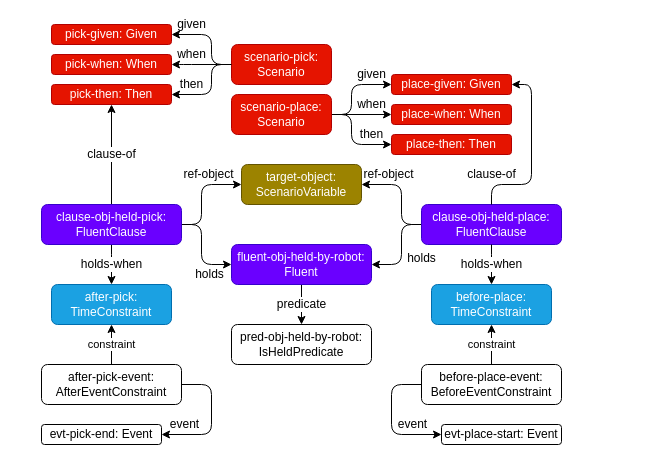
The draw.io diagram page "template with 2 isHeld" (4 of 8) of bdd-example-pickplace.drawio in minhnh/drawio-diagrams, before the edit. Source tidied: cells renumbered, new cells numbered last; positions are measured from the earlier drawing's top-left corner, leaving out a move shared by most shapes. Both pictures are drawn from the tidied source at 100%, with x=0, y=0 at pixel (41, 24).
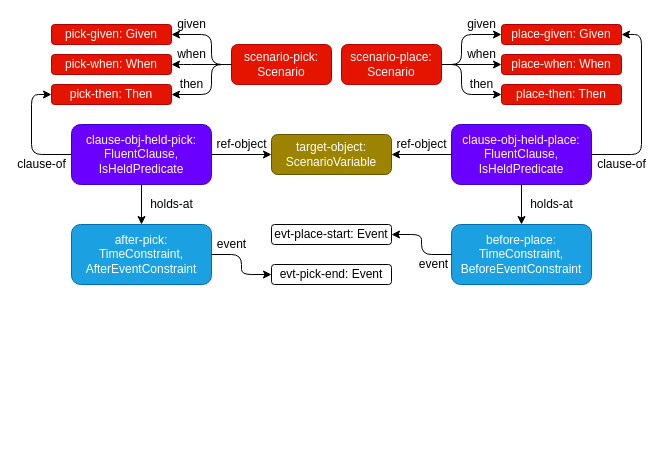
Above is the later version.

Commit message (it also covers changes not shown here):
update bdd pickplace & overall diagrams

The change refers to these unchanged cells:
```xml
<mxCell id="14" value="pick-then: Then" style="rounded=1;whiteSpace=wrap;html=1;fillColor=#e51400;strokeColor=#B20000;fontSize=12;labelBackgroundColor=none;fontColor=#ffffff;" parent="1" vertex="1">
  <mxGeometry x="10" y="60" width="120" height="20" as="geometry" />
</mxCell>
```

Change to the diagram source:
```diff
@@
-    <mxCell id="2" value="predicate" style="edgeStyle=orthogonalEdgeStyle;shape=connector;rounded=1;jettySize=auto;html=1;labelBackgroundColor=default;strokeColor=default;align=center;verticalAlign=middle;fontFamily=Helvetica;fontSize=12;fontColor=default;endArrow=classic;" parent="1" edge="1" source="3" target="4">
-      <mxGeometry relative="1" as="geometry" />
-    </mxCell>
-    <mxCell id="3" value="fluent-obj-held-by-robot:&lt;br style=&quot;font-size: 12px;&quot;&gt;Fluent" style="rounded=1;whiteSpace=wrap;html=1;fillColor=#6a00ff;strokeColor=#3700CC;fontSize=12;labelBackgroundColor=none;fontColor=#ffffff;" parent="1" vertex="1">
-      <mxGeometry x="190" y="220" width="140" height="40" as="geometry" />
-    </mxCell>
-    <mxCell id="4" value="pred-obj-held-by-robot: IsHeldPredicate" style="rounded=1;whiteSpace=wrap;html=1;fontSize=12;labelBackgroundColor=none;" parent="1" vertex="1">
-      <mxGeometry x="190" y="300" width="140" height="40" as="geometry" />
-    </mxCell>
-    <mxCell id="5" value="holds" style="edgeStyle=orthogonalEdgeStyle;shape=connector;rounded=1;jettySize=auto;html=1;labelBackgroundColor=none;strokeColor=default;align=center;verticalAlign=middle;fontFamily=Helvetica;fontSize=12;fontColor=default;endArrow=classic;" parent="1" edge="1" source="9" target="3">
-      <mxGeometry x="0.5" y="-10" relative="1" as="geometry">
-        <Array as="points">
-          <mxPoint x="160" y="200" />
-          <mxPoint x="160" y="240" />
-        </Array>
-      </mxGeometry>
-    </mxCell>
-    <mxCell id="6" value="holds-when" style="edgeStyle=orthogonalEdgeStyle;shape=connector;rounded=1;jettySize=auto;html=1;labelBackgroundColor=default;strokeColor=default;align=center;verticalAlign=middle;fontFamily=Helvetica;fontSize=12;fontColor=default;endArrow=classic;" parent="1" edge="1" source="9" target="10">
-      <mxGeometry relative="1" as="geometry">
+    <mxCell id="6" value="holds-at" style="edgeStyle=orthogonalEdgeStyle;shape=connector;rounded=1;jettySize=auto;html=1;labelBackgroundColor=default;strokeColor=default;align=center;verticalAlign=middle;fontFamily=Helvetica;fontSize=12;fontColor=default;endArrow=classic;" parent="1" edge="1" source="9" target="10">
+      <mxGeometry y="30" relative="1" as="geometry">
         <Array as="points">
           <mxPoint x="70" y="240" />
           <mxPoint x="70" y="240" />
         </Array>
       </mxGeometry>
     </mxCell>
     <mxCell id="7" value="clause-of" style="edgeStyle=orthogonalEdgeStyle;shape=connector;rounded=1;jettySize=auto;html=1;labelBackgroundColor=default;strokeColor=default;align=center;verticalAlign=middle;fontFamily=Helvetica;fontSize=12;fontColor=default;endArrow=classic;" parent="1" edge="1" source="9" target="14">
-      <mxGeometry relative="1" as="geometry" />
+      <mxGeometry x="-0.5" y="10" relative="1" as="geometry">
+        <Array as="points">
+          <mxPoint x="-10" y="130" />
+          <mxPoint x="-10" y="70" />
+        </Array>
+      </mxGeometry>
     </mxCell>
     <mxCell id="8" value="ref-object" style="edgeStyle=orthogonalEdgeStyle;shape=connector;rounded=1;jettySize=auto;html=1;labelBackgroundColor=none;strokeColor=default;align=center;verticalAlign=middle;fontFamily=Helvetica;fontSize=12;fontColor=default;endArrow=classic;" parent="1" edge="1" source="9" target="29">
-      <mxGeometry x="0.33" y="10" relative="1" as="geometry">
-        <Array as="points">
-          <mxPoint x="160" y="200" />
-          <mxPoint x="160" y="160" />
-        </Array>
-      </mxGeometry>
+      <mxGeometry y="10" relative="1" as="geometry" />
     </mxCell>
-    <mxCell id="9" value="clause-obj-held-pick: FluentClause" style="rounded=1;whiteSpace=wrap;html=1;fillColor=#6a00ff;strokeColor=#3700CC;fontSize=12;labelBackgroundColor=none;fontColor=#ffffff;" parent="1" vertex="1">
-      <mxGeometry y="180" width="140" height="40" as="geometry" />
+    <mxCell id="9" value="clause-obj-held-pick: FluentClause,&lt;br&gt;IsHeldPredicate" style="rounded=1;whiteSpace=wrap;html=1;fillColor=#6a00ff;strokeColor=#3700CC;fontSize=12;labelBackgroundColor=none;fontColor=#ffffff;" parent="1" vertex="1">
+      <mxGeometry x="30" y="100" width="140" height="60" as="geometry" />
     </mxCell>
-    <mxCell id="10" value="after-pick: TimeConstraint" style="rounded=1;whiteSpace=wrap;html=1;fillColor=#1ba1e2;strokeColor=#006EAF;fontSize=12;labelBackgroundColor=none;fontColor=#ffffff;" parent="1" vertex="1">
-      <mxGeometry x="10" y="260" width="120" height="40" as="geometry" />
+    <mxCell id="10" value="after-pick: TimeConstraint,&lt;br&gt;AfterEventConstraint" style="rounded=1;whiteSpace=wrap;html=1;fillColor=#1ba1e2;strokeColor=#006EAF;fontSize=12;labelBackgroundColor=none;fontColor=#ffffff;" parent="1" vertex="1">
+      <mxGeometry x="30" y="200" width="140" height="60" as="geometry" />
     </mxCell>
@@
-    <mxCell id="15" value="holds" style="edgeStyle=orthogonalEdgeStyle;shape=connector;rounded=1;jettySize=auto;html=1;labelBackgroundColor=none;strokeColor=default;align=center;verticalAlign=middle;fontFamily=Helvetica;fontSize=12;fontColor=default;endArrow=classic;" parent="1" edge="1" source="17" target="3">
-      <mxGeometry x="0.2" y="20" relative="1" as="geometry">
-        <Array as="points">
-          <mxPoint x="360" y="200" />
-          <mxPoint x="360" y="240" />
-        </Array>
-      </mxGeometry>
-    </mxCell>
     <mxCell id="16" value="ref-object" style="edgeStyle=orthogonalEdgeStyle;shape=connector;rounded=1;jettySize=auto;html=1;labelBackgroundColor=none;strokeColor=default;align=center;verticalAlign=middle;fontFamily=Helvetica;fontSize=12;fontColor=default;endArrow=classic;" parent="1" edge="1" source="17" target="29">
-      <mxGeometry x="0.45" y="-10" relative="1" as="geometry">
-        <Array as="points">
-          <mxPoint x="360" y="200" />
-          <mxPoint x="360" y="160" />
-        </Array>
-      </mxGeometry>
+      <mxGeometry y="-10" relative="1" as="geometry" />
     </mxCell>
-    <mxCell id="17" value="clause-obj-held-place: FluentClause" style="rounded=1;whiteSpace=wrap;html=1;fillColor=#6a00ff;strokeColor=#3700CC;fontSize=12;labelBackgroundColor=none;fontColor=#ffffff;" parent="1" vertex="1">
-      <mxGeometry x="380" y="180" width="140" height="40" as="geometry" />
+    <mxCell id="17" value="clause-obj-held-place: FluentClause,&lt;br&gt;IsHeldPredicate" style="rounded=1;whiteSpace=wrap;html=1;fillColor=#6a00ff;strokeColor=#3700CC;fontSize=12;labelBackgroundColor=none;fontColor=#ffffff;" parent="1" vertex="1">
+      <mxGeometry x="410" y="100" width="140" height="60" as="geometry" />
     </mxCell>
-    <mxCell id="18" value="before-place: TimeConstraint" style="rounded=1;whiteSpace=wrap;html=1;fillColor=#1ba1e2;strokeColor=#006EAF;fontSize=12;labelBackgroundColor=none;fontColor=#ffffff;" parent="1" vertex="1">
-      <mxGeometry x="390" y="260" width="120" height="40" as="geometry" />
+    <mxCell id="18" value="before-place: TimeConstraint,&lt;br&gt;BeforeEventConstraint" style="rounded=1;whiteSpace=wrap;html=1;fillColor=#1ba1e2;strokeColor=#006EAF;fontSize=12;labelBackgroundColor=none;fontColor=#ffffff;" parent="1" vertex="1">
+      <mxGeometry x="410" y="200" width="140" height="60" as="geometry" />
     </mxCell>
-    <mxCell id="19" value="holds-when" style="edgeStyle=orthogonalEdgeStyle;shape=connector;rounded=1;jettySize=auto;html=1;labelBackgroundColor=default;strokeColor=default;align=center;verticalAlign=middle;fontFamily=Helvetica;fontSize=12;fontColor=default;endArrow=classic;" parent="1" edge="1" source="17" target="18">
-      <mxGeometry relative="1" as="geometry">
+    <mxCell id="19" value="holds-at" style="edgeStyle=orthogonalEdgeStyle;shape=connector;rounded=1;jettySize=auto;html=1;labelBackgroundColor=default;strokeColor=default;align=center;verticalAlign=middle;fontFamily=Helvetica;fontSize=12;fontColor=default;endArrow=classic;" parent="1" edge="1" source="17" target="18">
+      <mxGeometry y="30" relative="1" as="geometry">
         <Array as="points">
           <mxPoint x="450" y="240" />
           <mxPoint x="450" y="240" />
         </Array>
       </mxGeometry>
     </mxCell>
     <mxCell id="20" value="given" style="edgeStyle=orthogonalEdgeStyle;shape=connector;rounded=1;jettySize=auto;html=1;labelBackgroundColor=none;strokeColor=default;align=center;verticalAlign=middle;fontFamily=Helvetica;fontSize=12;fontColor=default;endArrow=classic;" parent="1" edge="1" source="23" target="24">
       <mxGeometry x="0.56" y="10" relative="1" as="geometry">
         <Array as="points">
-          <mxPoint x="310" y="90" />
-          <mxPoint x="310" y="60" />
+          <mxPoint x="420" y="40" />
+          <mxPoint x="420" y="10" />
         </Array>
       </mxGeometry>
     </mxCell>
@@
     <mxCell id="22" value="then" style="edgeStyle=orthogonalEdgeStyle;shape=connector;rounded=1;jettySize=auto;html=1;labelBackgroundColor=none;strokeColor=default;align=center;verticalAlign=middle;fontFamily=Helvetica;fontSize=12;fontColor=default;endArrow=classic;" parent="1" edge="1" source="23" target="31">
       <mxGeometry x="0.56" y="10" relative="1" as="geometry">
         <Array as="points">
-          <mxPoint x="310" y="90" />
-          <mxPoint x="310" y="120" />
+          <mxPoint x="420" y="40" />
+          <mxPoint x="420" y="70" />
         </Array>
       </mxGeometry>
     </mxCell>
     <mxCell id="23" value="scenario-place: Scenario" style="rounded=1;whiteSpace=wrap;html=1;fillColor=#e51400;strokeColor=#B20000;fontSize=12;labelBackgroundColor=none;fontColor=#ffffff;" parent="1" vertex="1">
-      <mxGeometry x="190" y="70" width="100" height="40" as="geometry" />
+      <mxGeometry x="300" y="20" width="100" height="40" as="geometry" />
     </mxCell>
     <mxCell id="24" value="place-given: Given" style="rounded=1;whiteSpace=wrap;html=1;fillColor=#e51400;strokeColor=#B20000;fontSize=12;labelBackgroundColor=none;fontColor=#ffffff;" parent="1" vertex="1">
-      <mxGeometry x="350" y="50" width="120" height="20" as="geometry" />
+      <mxGeometry x="460" width="120" height="20" as="geometry" />
     </mxCell>
@@
     <mxCell id="27" value="clause-of" style="edgeStyle=orthogonalEdgeStyle;shape=connector;rounded=1;jettySize=auto;html=1;labelBackgroundColor=none;strokeColor=default;align=center;verticalAlign=middle;fontFamily=Helvetica;fontSize=12;fontColor=default;endArrow=classic;" parent="1" edge="1" source="17" target="24">
-      <mxGeometry x="-0.78" y="10" relative="1" as="geometry">
+      <mxGeometry x="-0.68" y="-10" relative="1" as="geometry">
         <Array as="points">
-          <mxPoint x="450" y="160" />
-          <mxPoint x="490" y="160" />
-          <mxPoint x="490" y="60" />
+          <mxPoint x="600" y="130" />
+          <mxPoint x="600" y="10" />
         </Array>
       </mxGeometry>
     </mxCell>
@@
     <mxCell id="29" value="target-object: ScenarioVariable" style="rounded=1;whiteSpace=wrap;html=1;fillColor=#9C8300;strokeColor=#635300;fontSize=12;labelBackgroundColor=none;fontColor=#ffffff;" parent="1" vertex="1">
-      <mxGeometry x="200" y="140" width="120" height="40" as="geometry" />
+      <mxGeometry x="230" y="110" width="120" height="40" as="geometry" />
     </mxCell>
     <mxCell id="30" value="place-when: When" style="rounded=1;whiteSpace=wrap;html=1;fillColor=#e51400;strokeColor=#B20000;fontSize=12;labelBackgroundColor=none;fontColor=#ffffff;" parent="1" vertex="1">
-      <mxGeometry x="350" y="80" width="120" height="20" as="geometry" />
+      <mxGeometry x="460" y="30" width="120" height="20" as="geometry" />
     </mxCell>
     <mxCell id="31" value="place-then: Then" style="rounded=1;whiteSpace=wrap;html=1;fillColor=#e51400;strokeColor=#B20000;fontSize=12;labelBackgroundColor=none;fontColor=#ffffff;" parent="1" vertex="1">
-      <mxGeometry x="350" y="110" width="120" height="20" as="geometry" />
+      <mxGeometry x="460" y="60" width="120" height="20" as="geometry" />
     </mxCell>
-    <mxCell id="32" value="constraint" style="edgeStyle=orthogonalEdgeStyle;rounded=0;jettySize=auto;html=1;" parent="1" edge="1" source="34" target="10">
-      <mxGeometry relative="1" as="geometry" />
-    </mxCell>
-    <mxCell id="33" value="event" style="edgeStyle=orthogonalEdgeStyle;rounded=1;jettySize=auto;html=1;strokeColor=default;align=center;verticalAlign=middle;fontFamily=Helvetica;fontSize=12;fontColor=default;labelBackgroundColor=none;endArrow=classic;" parent="1" edge="1" source="34" target="38">
-      <mxGeometry x="0.64" y="-10" relative="1" as="geometry">
-        <Array as="points">
-          <mxPoint x="170" y="360" />
-          <mxPoint x="170" y="410" />
-        </Array>
-      </mxGeometry>
+    <mxCell id="33" value="event" style="edgeStyle=orthogonalEdgeStyle;rounded=1;jettySize=auto;html=1;strokeColor=default;align=center;verticalAlign=middle;fontFamily=Helvetica;fontSize=12;fontColor=default;labelBackgroundColor=none;endArrow=classic;" parent="1" edge="1" source="10" target="38">
+      <mxGeometry x="-0.5" y="10" relative="1" as="geometry" />
     </mxCell>
-    <mxCell id="34" value="after-pick-event: AfterEventConstraint" style="rounded=1;whiteSpace=wrap;html=1;fontSize=12;labelBackgroundColor=none;" parent="1" vertex="1">
-      <mxGeometry y="340" width="140" height="40" as="geometry" />
-    </mxCell>
-    <mxCell id="35" value="constraint" style="edgeStyle=orthogonalEdgeStyle;rounded=0;jettySize=auto;html=1;" parent="1" edge="1" source="37" target="18">
-      <mxGeometry relative="1" as="geometry" />
-    </mxCell>
-    <mxCell id="36" value="event" style="edgeStyle=orthogonalEdgeStyle;rounded=1;jettySize=auto;html=1;strokeColor=default;align=center;verticalAlign=middle;fontFamily=Helvetica;fontSize=12;fontColor=default;labelBackgroundColor=none;endArrow=classic;" parent="1" edge="1" source="37" target="39">
-      <mxGeometry x="0.56" y="10" relative="1" as="geometry">
-        <Array as="points">
-          <mxPoint x="350" y="360" />
-          <mxPoint x="350" y="410" />
-        </Array>
-      </mxGeometry>
+    <mxCell id="36" value="event" style="edgeStyle=orthogonalEdgeStyle;rounded=1;jettySize=auto;html=1;strokeColor=default;align=center;verticalAlign=middle;fontFamily=Helvetica;fontSize=12;fontColor=default;labelBackgroundColor=none;endArrow=classic;" parent="1" edge="1" source="18" target="39">
+      <mxGeometry x="-0.56" y="10" relative="1" as="geometry" />
     </mxCell>
-    <mxCell id="37" value="before-place-event: BeforeEventConstraint" style="rounded=1;whiteSpace=wrap;html=1;fontSize=12;labelBackgroundColor=none;" parent="1" vertex="1">
-      <mxGeometry x="380" y="340" width="140" height="40" as="geometry" />
-    </mxCell>
     <mxCell id="38" value="evt-pick-end: Event" style="rounded=1;whiteSpace=wrap;html=1;fontSize=12;labelBackgroundColor=none;" parent="1" vertex="1">
-      <mxGeometry y="400" width="120" height="20" as="geometry" />
+      <mxGeometry x="230" y="240" width="120" height="20" as="geometry" />
     </mxCell>
     <mxCell id="39" value="evt-place-start: Event" style="rounded=1;whiteSpace=wrap;html=1;fontSize=12;labelBackgroundColor=none;" parent="1" vertex="1">
-      <mxGeometry x="400" y="400" width="120" height="20" as="geometry" />
+      <mxGeometry x="230" y="200" width="120" height="20" as="geometry" />
     </mxCell>
```
